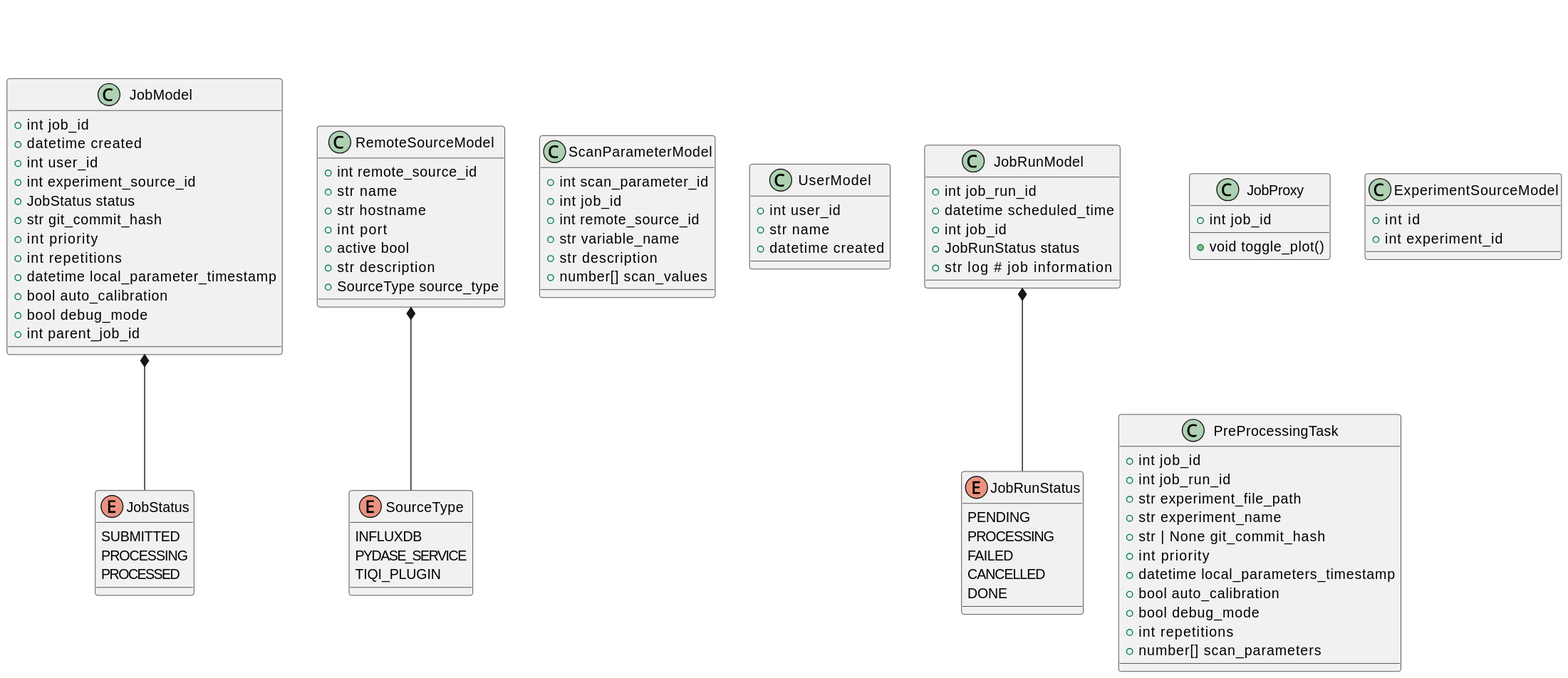
Before: docs/plantuml_diagrams/class_diagrams.svg, a diagram exported from PlantUML (tiqi-group/icon).
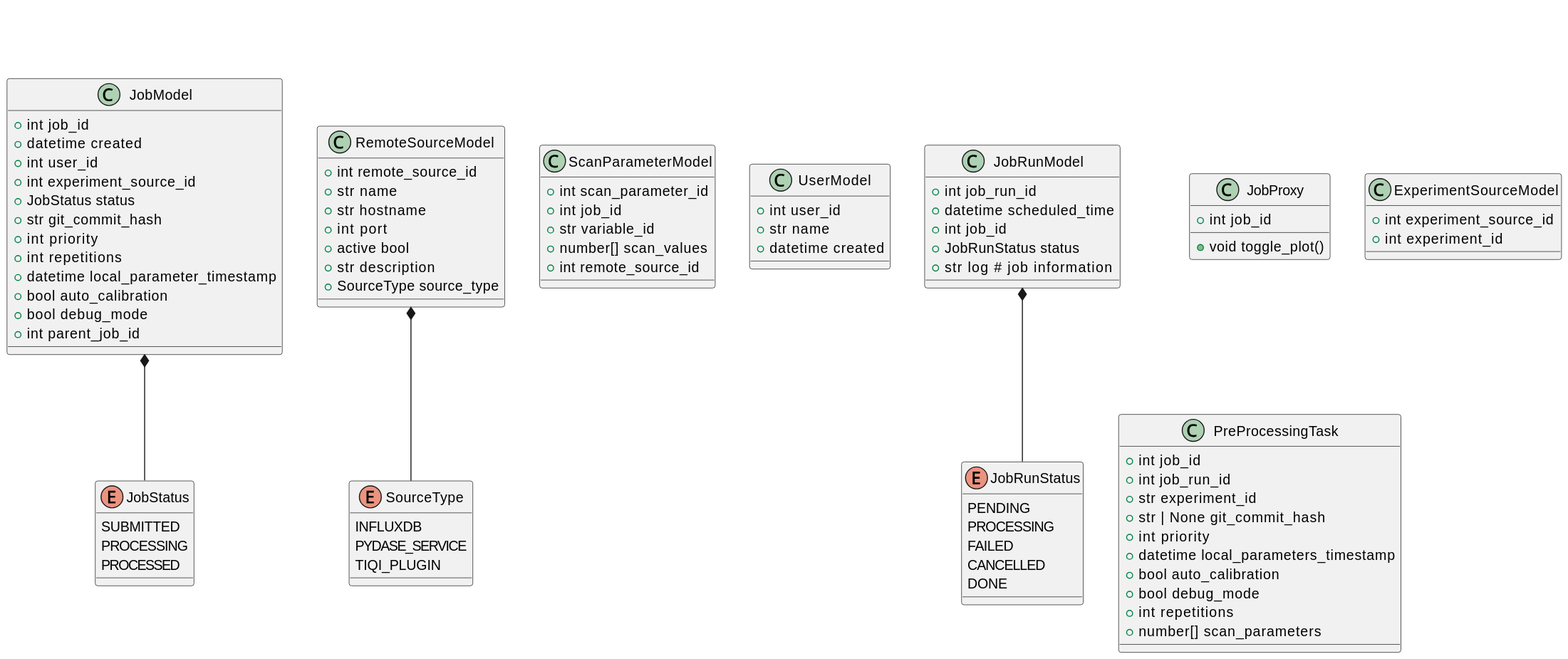
Above is the later version.

The edit, as a diff of the source:
```diff
@@ -29,10 +29,9 @@
 class ScanParameterModel {
     + int scan_parameter_id
     + int job_id
+    + str variable_id
+    + number[] scan_values
     + int remote_source_id
-    + str variable_name
-    + str description
-    + number[] scan_values
 }
 
 class RemoteSourceModel {
@@ -46,7 +45,7 @@
 }
 
 class ExperimentSourceModel {
-    + int id
+    + int experiment_source_id
     + int experiment_id
 }
 
@@ -92,8 +91,7 @@
 class PreProcessingTask {
     + int job_id
     + int job_run_id
-    + str experiment_file_path
-    + str experiment_name
+    + str experiment_id
     + str | None git_commit_hash
     + int priority
     + datetime local_parameters_timestamp
```
